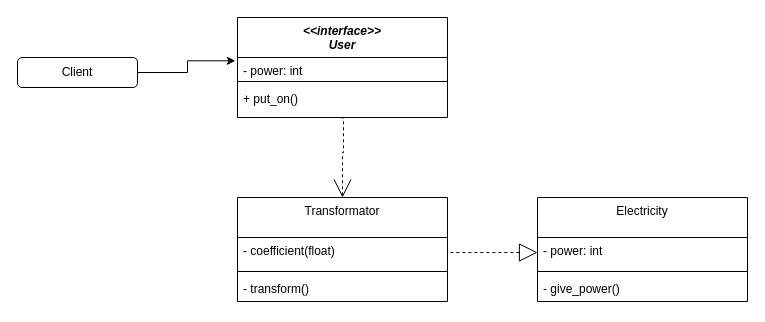
Earlier version of the draw.io diagram page "Adapter" (6 of 10) of Pattern Fabrica.drawio (isamarcev/patterns). Source tidied: cells renumbered, new cells numbered last; positions are measured from the earlier drawing's top-left corner, leaving out a move shared by most shapes. Both pictures are drawn from the tidied source at 100%, with x=0, y=0 at pixel (17, 17).
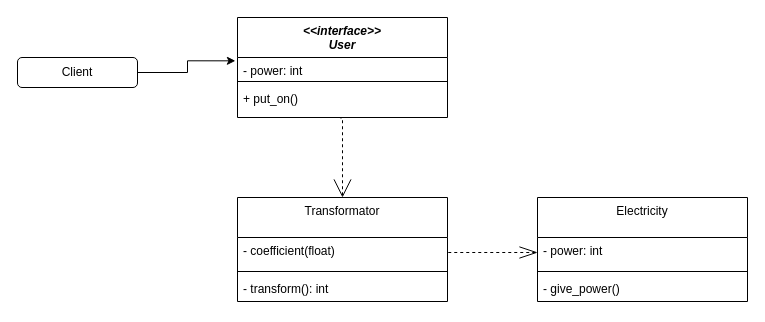
The same page after the edit.

The edit, as a diff of the source:
```diff
@@
 <mxGraphModel>
   <root>
     <mxCell id="0" />
     <mxCell id="1" parent="0" />
     <mxCell id="2" value="&lt;&lt;interface&gt;&gt;&#10;User" style="swimlane;fontStyle=3;align=center;verticalAlign=top;horizontal=1;startSize=40;" parent="1" vertex="1">
       <mxGeometry x="220" width="210" height="100" as="geometry" />
     </mxCell>
     <mxCell id="3" value="- power: int" style="text;strokeColor=none;fillColor=none;align=left;verticalAlign=top;spacingLeft=4;spacingRight=4;overflow=hidden;points=[[0,0.5],[1,0.5]];portConstraint=eastwest;" parent="2" vertex="1">
       <mxGeometry y="40" width="210" height="20" as="geometry" />
     </mxCell>
     <mxCell id="4" style="line;strokeWidth=1;fillColor=none;align=left;verticalAlign=middle;spacingTop=-1;spacingLeft=3;spacingRight=3;labelPosition=right;" parent="2" vertex="1">
       <mxGeometry y="60" width="210" height="8" as="geometry" />
     </mxCell>
     <mxCell id="5" value="+ put_on()" style="text;strokeColor=none;fillColor=none;align=left;verticalAlign=top;spacingLeft=4;spacingRight=4;overflow=hidden;points=[[0,0.5],[1,0.5]];portConstraint=eastwest;" parent="2" vertex="1">
       <mxGeometry y="68" width="210" height="32" as="geometry" />
     </mxCell>
     <mxCell id="6" style="edgeStyle=orthogonalEdgeStyle;rounded=0;jettySize=auto;html=1;exitX=1;exitY=0.5;exitDx=0;exitDy=0;entryX=-0.01;entryY=0.167;entryDx=0;entryDy=0;entryPerimeter=0;" parent="1" edge="1" source="7" target="3">
       <mxGeometry relative="1" as="geometry" />
     </mxCell>
     <mxCell id="7" value="Client" style="rounded=1;whiteSpace=wrap;html=1;" parent="1" vertex="1">
       <mxGeometry y="40" width="120" height="30" as="geometry" />
     </mxCell>
     <mxCell id="8" style="edgeStyle=orthogonalEdgeStyle;rounded=0;jettySize=auto;html=1;exitX=0.5;exitY=0;exitDx=0;exitDy=0;startArrow=open;startFill=0;endArrow=none;endFill=0;startSize=16;sourcePerimeterSpacing=10;targetPerimeterSpacing=7;entryX=0.488;entryY=1.01;entryDx=0;entryDy=0;entryPerimeter=0;dashed=1;" parent="1" edge="1" source="9" target="5">
       <mxGeometry relative="1" as="geometry">
         <Array as="points">
-          <mxPoint x="325" y="135" />
-          <mxPoint x="326" y="135" />
-          <mxPoint x="326" y="100" />
+          <mxPoint x="325" y="100" />
         </Array>
       </mxGeometry>
     </mxCell>
     <mxCell id="9" value="Transformator" style="swimlane;fontStyle=0;align=center;verticalAlign=top;horizontal=1;startSize=40;" parent="1" vertex="1">
       <mxGeometry x="220" y="180" width="210" height="104" as="geometry" />
     </mxCell>
     <mxCell id="10" value="- coefficient(float)" style="text;strokeColor=none;fillColor=none;align=left;verticalAlign=top;spacingLeft=4;spacingRight=4;overflow=hidden;points=[[0,0.5],[1,0.5]];portConstraint=eastwest;" parent="9" vertex="1">
       <mxGeometry y="40" width="210" height="30" as="geometry" />
     </mxCell>
     <mxCell id="11" style="line;strokeWidth=1;fillColor=none;align=left;verticalAlign=middle;spacingTop=-1;spacingLeft=3;spacingRight=3;labelPosition=right;" parent="9" vertex="1">
       <mxGeometry y="70" width="210" height="8" as="geometry" />
     </mxCell>
-    <mxCell id="12" value="- transform()" style="text;strokeColor=none;fillColor=none;align=left;verticalAlign=top;spacingLeft=4;spacingRight=4;overflow=hidden;" parent="9" vertex="1">
+    <mxCell id="12" value="- transform(): int" style="text;strokeColor=none;fillColor=none;align=left;verticalAlign=top;spacingLeft=4;spacingRight=4;overflow=hidden;" parent="9" vertex="1">
       <mxGeometry y="78" width="210" height="26" as="geometry" />
     </mxCell>
     <mxCell id="13" value="Electricity" style="swimlane;fontStyle=0;align=center;verticalAlign=top;horizontal=1;startSize=40;" parent="1" vertex="1">
       <mxGeometry x="520" y="180" width="210" height="104" as="geometry" />
     </mxCell>
     <mxCell id="14" value="- power: int" style="text;strokeColor=none;fillColor=none;align=left;verticalAlign=top;spacingLeft=4;spacingRight=4;overflow=hidden;points=[[0,0.5],[1,0.5]];portConstraint=eastwest;" parent="13" vertex="1">
       <mxGeometry y="40" width="210" height="30" as="geometry" />
     </mxCell>
     <mxCell id="15" style="line;strokeWidth=1;fillColor=none;align=left;verticalAlign=middle;spacingTop=-1;spacingLeft=3;spacingRight=3;labelPosition=right;" parent="13" vertex="1">
       <mxGeometry y="70" width="210" height="8" as="geometry" />
     </mxCell>
     <mxCell id="16" value="- give_power()" style="text;strokeColor=none;fillColor=none;align=left;verticalAlign=top;spacingLeft=4;spacingRight=4;overflow=hidden;" parent="13" vertex="1">
       <mxGeometry y="78" width="210" height="26" as="geometry" />
     </mxCell>
-    <mxCell id="17" style="edgeStyle=orthogonalEdgeStyle;rounded=0;jettySize=auto;html=1;exitX=0;exitY=0.5;exitDx=0;exitDy=0;entryX=1;entryY=0.5;entryDx=0;entryDy=0;startArrow=block;startFill=0;endArrow=none;endFill=0;startSize=16;sourcePerimeterSpacing=10;targetPerimeterSpacing=7;dashed=1;" parent="1" edge="1" source="14" target="10">
+    <mxCell id="17" style="edgeStyle=orthogonalEdgeStyle;rounded=0;jettySize=auto;html=1;exitX=0;exitY=0.5;exitDx=0;exitDy=0;entryX=1;entryY=0.5;entryDx=0;entryDy=0;startArrow=openThin;startFill=0;endArrow=none;endFill=0;startSize=16;sourcePerimeterSpacing=10;targetPerimeterSpacing=7;dashed=1;" parent="1" edge="1" source="14" target="10">
       <mxGeometry relative="1" as="geometry" />
     </mxCell>
   </root>
 </mxGraphModel>
```
